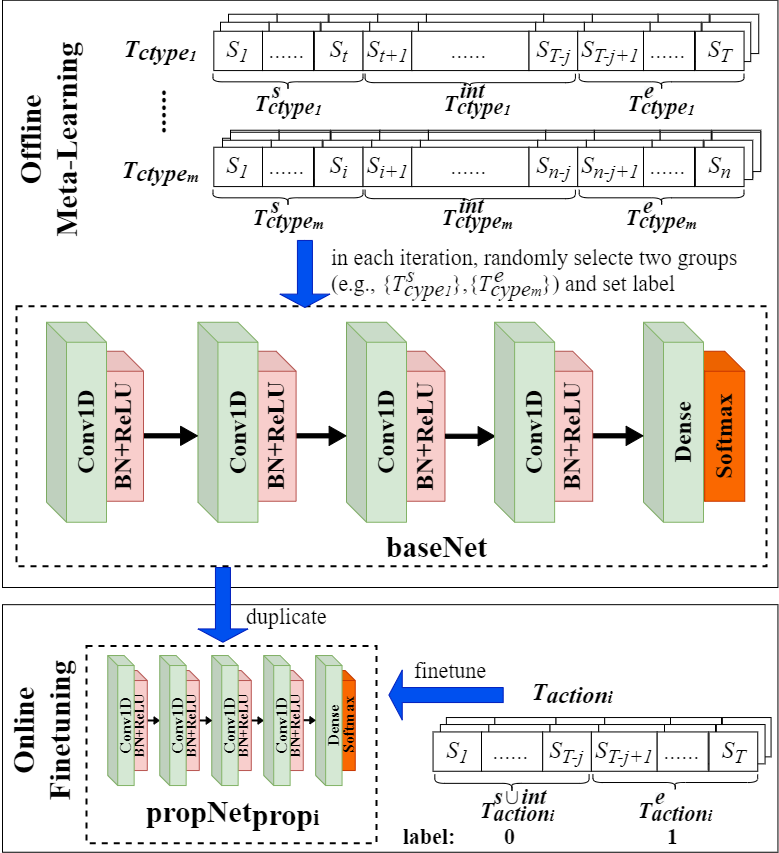
Before: img/propnet.png, a diagram exported from draw.io (LCEPRPFD/LCEPRPFD.github.io). Source tidied: cells renumbered, new cells last; positions are measured from the earlier drawing's top-left corner, leaving out a move shared by most shapes.
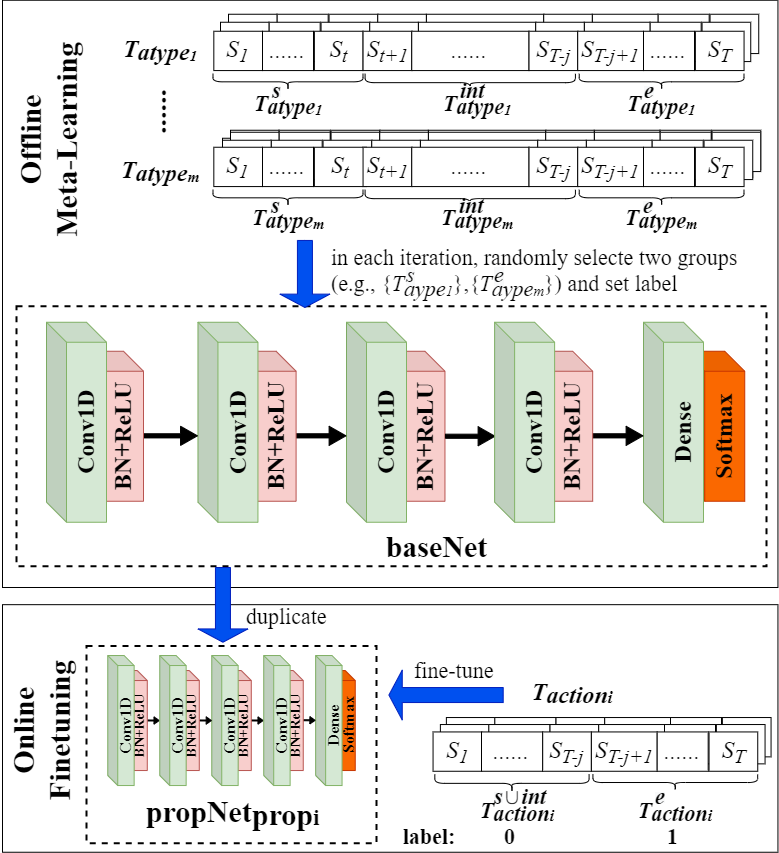
Later version of the same file.

What changed in the source:
```diff
@@ -196,7 +196,7 @@
     <mxCell id="65" style="html=1;shadow=0;dashed=0;align=center;verticalAlign=middle;shape=mxgraph.arrows2.arrow;dy=0.7;dx=13.36;notch=0;fontFamily=Times New Roman;fontSize=20;strokeWidth=1;fillColor=#0050ef;direction=north;strokeColor=#001DBC;fontColor=#ffffff;flipH=0;flipV=1;" parent="1" vertex="1">
       <mxGeometry x="279.4" y="262.9" width="50" height="67" as="geometry" />
     </mxCell>
-    <mxCell id="66" value="&lt;span style=&quot;font-size: 22px&quot;&gt;in each iteration, randomly selecte two groups (e.g., {&lt;i&gt;T&lt;/i&gt;&lt;/span&gt;&lt;sub&gt;&lt;i&gt;&lt;span style=&quot;font-size: 22px&quot;&gt;cype&lt;/span&gt;&lt;font style=&quot;font-size: 15px&quot;&gt;1&lt;/font&gt;&lt;/i&gt;&lt;/sub&gt;&lt;span style=&quot;font-size: 22px&quot;&gt;},&lt;/span&gt;&lt;span style=&quot;font-size: 22px&quot;&gt;{&lt;i&gt;T&lt;/i&gt;&lt;/span&gt;&lt;sub&gt;&lt;i&gt;&lt;span style=&quot;font-size: 22px&quot;&gt;cype&lt;/span&gt;&lt;font style=&quot;font-size: 15px&quot;&gt;m&lt;/font&gt;&lt;/i&gt;&lt;/sub&gt;&lt;span style=&quot;font-size: 22px&quot;&gt;}&lt;/span&gt;&lt;span style=&quot;font-size: 22px&quot;&gt;) and set label&lt;/span&gt;" style="text;html=1;strokeColor=none;fillColor=none;align=left;verticalAlign=middle;whiteSpace=wrap;rounded=0;fontFamily=Times New Roman;fontSize=20;opacity=70;" parent="1" vertex="1">
+    <mxCell id="66" value="&lt;span style=&quot;font-size: 22px&quot;&gt;in each iteration, randomly selecte two groups (e.g., {&lt;i&gt;T&lt;/i&gt;&lt;/span&gt;&lt;sub&gt;&lt;i&gt;&lt;span style=&quot;font-size: 22px;&quot;&gt;aype&lt;/span&gt;&lt;font style=&quot;font-size: 15px&quot;&gt;1&lt;/font&gt;&lt;/i&gt;&lt;/sub&gt;&lt;span style=&quot;font-size: 22px&quot;&gt;},&lt;/span&gt;&lt;span style=&quot;font-size: 22px&quot;&gt;{&lt;i&gt;T&lt;/i&gt;&lt;/span&gt;&lt;sub&gt;&lt;i&gt;&lt;span style=&quot;font-size: 22px&quot;&gt;aype&lt;/span&gt;&lt;font style=&quot;font-size: 15px&quot;&gt;m&lt;/font&gt;&lt;/i&gt;&lt;/sub&gt;&lt;span style=&quot;font-size: 22px&quot;&gt;}&lt;/span&gt;&lt;span style=&quot;font-size: 22px&quot;&gt;) and set label&lt;/span&gt;" style="text;html=1;strokeColor=none;fillColor=none;align=left;verticalAlign=middle;whiteSpace=wrap;rounded=0;fontFamily=Times New Roman;fontSize=20;opacity=70;" parent="1" vertex="1">
       <mxGeometry x="329.4" y="267.6" width="421.4" height="57.8" as="geometry" />
     </mxCell>
     <mxCell id="67" value="&lt;font style=&quot;font-size: 24px&quot;&gt;&lt;i&gt;S&lt;sub&gt;1&lt;/sub&gt;&lt;/i&gt;&lt;/font&gt;" style="rounded=0;whiteSpace=wrap;html=1;fontFamily=Times New Roman;strokeWidth=1;fontSize=20;" parent="1" vertex="1">
@@ -205,25 +205,25 @@
     <mxCell id="68" value="&lt;span style=&quot;font-size: 24px&quot;&gt;&lt;i&gt;......&lt;/i&gt;&lt;/span&gt;" style="rounded=0;whiteSpace=wrap;html=1;fontFamily=Times New Roman;strokeWidth=1;fontSize=20;" parent="1" vertex="1">
       <mxGeometry x="262" y="169.8" width="51" height="39.3" as="geometry" />
     </mxCell>
-    <mxCell id="69" value="&lt;font style=&quot;font-size: 24px&quot;&gt;&lt;i&gt;S&lt;sub&gt;i&lt;/sub&gt;&lt;/i&gt;&lt;/font&gt;" style="rounded=0;whiteSpace=wrap;html=1;fontFamily=Times New Roman;strokeWidth=1;fontSize=20;" parent="1" vertex="1">
-      <mxGeometry x="313.9" y="169.8" width="48.7" height="39.3" as="geometry" />
+    <mxCell id="69" value="&lt;font style=&quot;font-size: 24px&quot;&gt;&lt;i&gt;S&lt;sub&gt;t&lt;/sub&gt;&lt;/i&gt;&lt;/font&gt;" style="rounded=0;whiteSpace=wrap;html=1;fontFamily=Times New Roman;strokeWidth=1;fontSize=20;" parent="1" vertex="1">
+      <mxGeometry x="313.9" y="169.8" width="52.1" height="39.3" as="geometry" />
     </mxCell>
-    <mxCell id="70" value="&lt;font style=&quot;font-size: 24px&quot;&gt;&lt;i&gt;S&lt;sub&gt;i+1&lt;/sub&gt;&lt;/i&gt;&lt;/font&gt;" style="rounded=0;whiteSpace=wrap;html=1;fontFamily=Times New Roman;strokeWidth=1;fontSize=20;" parent="1" vertex="1">
+    <mxCell id="70" value="&lt;font style=&quot;font-size: 24px&quot;&gt;&lt;i&gt;S&lt;sub&gt;t+1&lt;/sub&gt;&lt;/i&gt;&lt;/font&gt;" style="rounded=0;whiteSpace=wrap;html=1;fontFamily=Times New Roman;strokeWidth=1;fontSize=20;" parent="1" vertex="1">
       <mxGeometry x="362.6" y="169.8" width="48.7" height="39.3" as="geometry" />
     </mxCell>
     <mxCell id="71" value="&lt;span style=&quot;font-size: 24px&quot;&gt;&lt;i&gt;......&lt;/i&gt;&lt;/span&gt;" style="rounded=0;whiteSpace=wrap;html=1;fontFamily=Times New Roman;strokeWidth=1;fontSize=20;" parent="1" vertex="1">
       <mxGeometry x="411.2" y="169.8" width="117.3" height="39.3" as="geometry" />
     </mxCell>
-    <mxCell id="72" value="&lt;font style=&quot;font-size: 24px&quot;&gt;&lt;i&gt;S&lt;sub&gt;n-j&lt;/sub&gt;&lt;/i&gt;&lt;/font&gt;" style="rounded=0;whiteSpace=wrap;html=1;fontFamily=Times New Roman;strokeWidth=1;fontSize=20;" parent="1" vertex="1">
+    <mxCell id="72" value="&lt;font style=&quot;font-size: 24px&quot;&gt;&lt;i&gt;S&lt;sub&gt;T-j&lt;/sub&gt;&lt;/i&gt;&lt;/font&gt;" style="rounded=0;whiteSpace=wrap;html=1;fontFamily=Times New Roman;strokeWidth=1;fontSize=20;" parent="1" vertex="1">
       <mxGeometry x="528.5" y="169.8" width="48.7" height="39.3" as="geometry" />
     </mxCell>
-    <mxCell id="73" value="&lt;font style=&quot;font-size: 24px&quot;&gt;&lt;i&gt;S&lt;sub&gt;n-j+1&lt;/sub&gt;&lt;/i&gt;&lt;/font&gt;" style="rounded=0;whiteSpace=wrap;html=1;fontFamily=Times New Roman;strokeWidth=1;fontSize=20;" parent="1" vertex="1">
+    <mxCell id="73" value="&lt;font style=&quot;font-size: 24px&quot;&gt;&lt;i&gt;S&lt;sub&gt;T-j+1&lt;/sub&gt;&lt;/i&gt;&lt;/font&gt;" style="rounded=0;whiteSpace=wrap;html=1;fontFamily=Times New Roman;strokeWidth=1;fontSize=20;" parent="1" vertex="1">
       <mxGeometry x="577.2" y="169.8" width="65.8" height="39.3" as="geometry" />
     </mxCell>
     <mxCell id="74" value="&lt;span style=&quot;font-size: 24px&quot;&gt;&lt;i&gt;......&lt;/i&gt;&lt;/span&gt;" style="rounded=0;whiteSpace=wrap;html=1;fontFamily=Times New Roman;strokeWidth=1;fontSize=20;" parent="1" vertex="1">
       <mxGeometry x="643" y="169.8" width="51" height="39.3" as="geometry" />
     </mxCell>
-    <mxCell id="75" value="&lt;font style=&quot;font-size: 24px&quot;&gt;&lt;i&gt;S&lt;sub&gt;n&lt;/sub&gt;&lt;/i&gt;&lt;/font&gt;" style="rounded=0;whiteSpace=wrap;html=1;fontFamily=Times New Roman;strokeWidth=1;fontSize=20;" parent="1" vertex="1">
+    <mxCell id="75" value="&lt;font style=&quot;font-size: 24px&quot;&gt;&lt;i&gt;S&lt;sub&gt;T&lt;/sub&gt;&lt;/i&gt;&lt;/font&gt;" style="rounded=0;whiteSpace=wrap;html=1;fontFamily=Times New Roman;strokeWidth=1;fontSize=20;" parent="1" vertex="1">
       <mxGeometry x="694.9" y="169.8" width="48.7" height="39.3" as="geometry" />
     </mxCell>
     <mxCell id="76" style="shape=curlyBracket;whiteSpace=wrap;html=1;rounded=1;fillColor=#FFF2CC;rotation=-90;strokeWidth=1;size=0.5;" parent="1" vertex="1">
@@ -235,10 +235,10 @@
     <mxCell id="78" style="shape=curlyBracket;whiteSpace=wrap;html=1;rounded=1;fillColor=#FFF2CC;rotation=-90;strokeWidth=1;size=0.5;" parent="1" vertex="1">
       <mxGeometry x="653.1" y="137.9" width="16.1" height="164.8" as="geometry" />
     </mxCell>
-    <mxCell id="79" value="&lt;b&gt;&lt;i&gt;&lt;span style=&quot;font-size: 24px&quot;&gt;T&lt;/span&gt;&lt;span style=&quot;vertical-align: sub ; font-size: 24px&quot;&gt;ctype&lt;/span&gt;&lt;font style=&quot;font-size: 18px&quot;&gt;&lt;sub&gt;m&lt;/sub&gt;&lt;/font&gt;&lt;/i&gt;&lt;/b&gt;" style="text;html=1;strokeColor=none;fillColor=none;align=center;verticalAlign=middle;whiteSpace=wrap;rounded=0;fontFamily=Times New Roman;fontSize=10;" parent="1" vertex="1">
+    <mxCell id="79" value="&lt;b&gt;&lt;i&gt;&lt;span style=&quot;font-size: 24px&quot;&gt;T&lt;/span&gt;&lt;span style=&quot;vertical-align: sub ; font-size: 24px&quot;&gt;atype&lt;/span&gt;&lt;font style=&quot;font-size: 18px&quot;&gt;&lt;sub&gt;m&lt;/sub&gt;&lt;/font&gt;&lt;/i&gt;&lt;/b&gt;" style="text;html=1;strokeColor=none;fillColor=none;align=center;verticalAlign=middle;whiteSpace=wrap;rounded=0;fontFamily=Times New Roman;fontSize=10;" parent="1" vertex="1">
       <mxGeometry x="120.3" y="179.1" width="80" height="30" as="geometry" />
     </mxCell>
-    <mxCell id="80" value="&lt;b&gt;&lt;i&gt;&lt;span style=&quot;font-size: 24px&quot;&gt;T&lt;/span&gt;&lt;span style=&quot;vertical-align: sub ; font-size: 24px&quot;&gt;ctype&lt;/span&gt;&lt;font style=&quot;font-size: 18px&quot;&gt;&lt;sub&gt;1&lt;/sub&gt;&lt;/font&gt;&lt;/i&gt;&lt;/b&gt;" style="text;html=1;strokeColor=none;fillColor=none;align=center;verticalAlign=middle;whiteSpace=wrap;rounded=0;fontFamily=Times New Roman;fontSize=10;" parent="1" vertex="1">
+    <mxCell id="80" value="&lt;b&gt;&lt;i&gt;&lt;span style=&quot;font-size: 24px&quot;&gt;T&lt;/span&gt;&lt;span style=&quot;vertical-align: sub ; font-size: 24px&quot;&gt;atype&lt;/span&gt;&lt;font style=&quot;font-size: 18px&quot;&gt;&lt;sub&gt;1&lt;/sub&gt;&lt;/font&gt;&lt;/i&gt;&lt;/b&gt;" style="text;html=1;strokeColor=none;fillColor=none;align=center;verticalAlign=middle;whiteSpace=wrap;rounded=0;fontFamily=Times New Roman;fontSize=10;" parent="1" vertex="1">
       <mxGeometry x="120.3" y="58.4" width="80" height="30" as="geometry" />
     </mxCell>
     <mxCell id="81" value="&lt;b&gt;&lt;i&gt;&lt;font style=&quot;font-size: 30px&quot;&gt;......&lt;/font&gt;&lt;/i&gt;&lt;/b&gt;" style="text;html=1;strokeColor=none;fillColor=none;align=center;verticalAlign=middle;whiteSpace=wrap;rounded=0;fontFamily=Times New Roman;fontSize=10;horizontal=0;" parent="1" vertex="1">
@@ -304,7 +304,7 @@
     <mxCell id="101" style="rounded=0;whiteSpace=wrap;html=1;fontFamily=Times New Roman;strokeWidth=1;fontSize=20;" parent="82" vertex="1">
       <mxGeometry x="481.6" width="48.7" height="39.3" as="geometry" />
     </mxCell>
-    <mxCell id="102" value="&lt;b&gt;&lt;i&gt;&lt;span style=&quot;font-size: 22px&quot;&gt;T&lt;/span&gt;&lt;span style=&quot;vertical-align: sub ; font-size: 22px&quot;&gt;ctype&lt;/span&gt;&lt;font style=&quot;font-size: 17px&quot;&gt;&lt;sub&gt;1&lt;/sub&gt;&lt;/font&gt;&lt;/i&gt;&lt;/b&gt;" style="text;html=1;strokeColor=none;fillColor=none;align=center;verticalAlign=middle;whiteSpace=wrap;rounded=0;fontFamily=Times New Roman;fontSize=10;" parent="1" vertex="1">
+    <mxCell id="102" value="&lt;b&gt;&lt;i&gt;&lt;span style=&quot;font-size: 22px&quot;&gt;T&lt;/span&gt;&lt;span style=&quot;vertical-align: sub ; font-size: 22px&quot;&gt;atype&lt;/span&gt;&lt;font style=&quot;font-size: 17px&quot;&gt;&lt;sub&gt;1&lt;/sub&gt;&lt;/font&gt;&lt;/i&gt;&lt;/b&gt;" style="text;html=1;strokeColor=none;fillColor=none;align=center;verticalAlign=middle;whiteSpace=wrap;rounded=0;fontFamily=Times New Roman;fontSize=10;" parent="1" vertex="1">
       <mxGeometry x="247.5" y="112.9" width="80" height="30" as="geometry" />
     </mxCell>
     <mxCell id="103" value="&lt;font style=&quot;font-size: 24px&quot;&gt;&lt;i&gt;S&lt;sub&gt;1&lt;/sub&gt;&lt;/i&gt;&lt;/font&gt;" style="rounded=0;whiteSpace=wrap;html=1;fontFamily=Times New Roman;strokeWidth=1;fontSize=20;" parent="1" vertex="1">
@@ -340,13 +340,13 @@
     <mxCell id="113" style="shape=curlyBracket;whiteSpace=wrap;html=1;rounded=1;fillColor=#FFF2CC;rotation=-90;strokeWidth=1;size=0.5;" parent="1" vertex="1">
       <mxGeometry x="460.8" width="17.8" height="210.3" as="geometry" />
     </mxCell>
-    <mxCell id="114" value="&lt;b&gt;&lt;i&gt;&lt;span style=&quot;font-size: 22px&quot;&gt;T&lt;/span&gt;&lt;span style=&quot;vertical-align: sub ; font-size: 22px&quot;&gt;ctype&lt;/span&gt;&lt;font style=&quot;font-size: 17px&quot;&gt;&lt;sub&gt;1&lt;/sub&gt;&lt;/font&gt;&lt;/i&gt;&lt;/b&gt;" style="text;html=1;strokeColor=none;fillColor=none;align=center;verticalAlign=middle;whiteSpace=wrap;rounded=0;fontFamily=Times New Roman;fontSize=10;" parent="1" vertex="1">
+    <mxCell id="114" value="&lt;b&gt;&lt;i&gt;&lt;span style=&quot;font-size: 22px&quot;&gt;T&lt;/span&gt;&lt;span style=&quot;vertical-align: sub ; font-size: 22px&quot;&gt;atype&lt;/span&gt;&lt;font style=&quot;font-size: 17px&quot;&gt;&lt;sub&gt;1&lt;/sub&gt;&lt;/font&gt;&lt;/i&gt;&lt;/b&gt;" style="text;html=1;strokeColor=none;fillColor=none;align=center;verticalAlign=middle;whiteSpace=wrap;rounded=0;fontFamily=Times New Roman;fontSize=10;" parent="1" vertex="1">
       <mxGeometry x="437.4" y="112.9" width="80" height="30" as="geometry" />
     </mxCell>
     <mxCell id="115" style="shape=curlyBracket;whiteSpace=wrap;html=1;rounded=1;fillColor=#FFF2CC;rotation=-90;strokeWidth=1;size=0.5;" parent="1" vertex="1">
       <mxGeometry x="653.1" y="21.9" width="16.1" height="164.8" as="geometry" />
     </mxCell>
-    <mxCell id="116" value="&lt;b&gt;&lt;i&gt;&lt;span style=&quot;font-size: 22px&quot;&gt;T&lt;/span&gt;&lt;span style=&quot;vertical-align: sub ; font-size: 22px&quot;&gt;ctype&lt;/span&gt;&lt;font style=&quot;font-size: 17px&quot;&gt;&lt;sub&gt;1&lt;/sub&gt;&lt;/font&gt;&lt;/i&gt;&lt;/b&gt;" style="text;html=1;strokeColor=none;fillColor=none;align=center;verticalAlign=middle;whiteSpace=wrap;rounded=0;fontFamily=Times New Roman;fontSize=10;" parent="1" vertex="1">
+    <mxCell id="116" value="&lt;b&gt;&lt;i&gt;&lt;span style=&quot;font-size: 22px&quot;&gt;T&lt;/span&gt;&lt;span style=&quot;vertical-align: sub ; font-size: 22px&quot;&gt;atype&lt;/span&gt;&lt;font style=&quot;font-size: 17px&quot;&gt;&lt;sub&gt;1&lt;/sub&gt;&lt;/font&gt;&lt;/i&gt;&lt;/b&gt;" style="text;html=1;strokeColor=none;fillColor=none;align=center;verticalAlign=middle;whiteSpace=wrap;rounded=0;fontFamily=Times New Roman;fontSize=10;" parent="1" vertex="1">
       <mxGeometry x="621.1" y="112.9" width="80" height="30" as="geometry" />
     </mxCell>
     <mxCell id="117" value="&lt;font style=&quot;font-size: 30px&quot;&gt;Offline&lt;br&gt;Meta-Learning&lt;br&gt;&lt;/font&gt;" style="text;html=1;strokeColor=none;fillColor=none;align=center;verticalAlign=middle;whiteSpace=wrap;rounded=0;fontStyle=1;fontFamily=Times New Roman;direction=west;horizontal=0;" parent="1" vertex="1">
@@ -468,7 +468,7 @@
     <mxCell id="150" style="html=1;shadow=0;dashed=0;align=center;verticalAlign=middle;shape=mxgraph.arrows2.arrow;dy=0.7;dx=13.36;notch=0;fontFamily=Times New Roman;fontSize=20;strokeWidth=1;fillColor=#0050ef;direction=north;strokeColor=#001DBC;fontColor=#ffffff;flipH=0;flipV=1;rotation=90;" parent="1" vertex="1">
       <mxGeometry x="420.5" y="660.4" width="50" height="114.3" as="geometry" />
     </mxCell>
-    <mxCell id="151" value="&lt;span style=&quot;font-size: 22px&quot;&gt;finetune&lt;/span&gt;" style="text;html=1;strokeColor=none;fillColor=none;align=left;verticalAlign=middle;whiteSpace=wrap;rounded=0;fontFamily=Times New Roman;fontSize=20;opacity=70;" parent="1" vertex="1">
+    <mxCell id="151" value="&lt;span style=&quot;font-size: 22px&quot;&gt;fine-tune&lt;/span&gt;" style="text;html=1;strokeColor=none;fillColor=none;align=left;verticalAlign=middle;whiteSpace=wrap;rounded=0;fontFamily=Times New Roman;fontSize=20;opacity=70;" parent="1" vertex="1">
       <mxGeometry x="412" y="664.8" width="92.8" height="57.8" as="geometry" />
     </mxCell>
     <mxCell id="152" value="&lt;span style=&quot;font-size: 22px&quot;&gt;&lt;b&gt;0&lt;/b&gt;&lt;/span&gt;" style="text;html=1;strokeColor=none;fillColor=none;align=center;verticalAlign=middle;whiteSpace=wrap;rounded=0;fontFamily=Times New Roman;fontSize=10;" parent="1" vertex="1">
@@ -516,13 +516,13 @@
     <mxCell id="165" value="&lt;b style=&quot;color: rgb(0, 0, 0); font-family: &amp;quot;times new roman&amp;quot;; font-size: 10px; font-style: normal; letter-spacing: normal; text-align: center; text-indent: 0px; text-transform: none; word-spacing: 0px; background-color: rgb(248, 249, 250);&quot;&gt;&lt;i&gt;&lt;sub&gt;&lt;span style=&quot;font-size: 22px&quot;&gt;e&lt;/span&gt;&lt;/sub&gt;&lt;/i&gt;&lt;/b&gt;" style="text;whiteSpace=wrap;html=1;" parent="1" vertex="1">
       <mxGeometry x="642.1" y="94.2" width="40" height="30" as="geometry" />
     </mxCell>
-    <mxCell id="166" value="&lt;b&gt;&lt;i&gt;&lt;span style=&quot;font-size: 22px&quot;&gt;T&lt;/span&gt;&lt;span style=&quot;vertical-align: sub ; font-size: 22px&quot;&gt;ctype&lt;/span&gt;&lt;font style=&quot;font-size: 17px&quot;&gt;&lt;sub&gt;m&lt;/sub&gt;&lt;/font&gt;&lt;/i&gt;&lt;/b&gt;" style="text;html=1;strokeColor=none;fillColor=none;align=center;verticalAlign=middle;whiteSpace=wrap;rounded=0;fontFamily=Times New Roman;fontSize=10;" parent="1" vertex="1">
+    <mxCell id="166" value="&lt;b&gt;&lt;i&gt;&lt;span style=&quot;font-size: 22px&quot;&gt;T&lt;/span&gt;&lt;span style=&quot;vertical-align: sub ; font-size: 22px&quot;&gt;atype&lt;/span&gt;&lt;font style=&quot;font-size: 17px&quot;&gt;&lt;sub&gt;m&lt;/sub&gt;&lt;/font&gt;&lt;/i&gt;&lt;/b&gt;" style="text;html=1;strokeColor=none;fillColor=none;align=center;verticalAlign=middle;whiteSpace=wrap;rounded=0;fontFamily=Times New Roman;fontSize=10;" parent="1" vertex="1">
       <mxGeometry x="247.5" y="226.8" width="80" height="30" as="geometry" />
     </mxCell>
-    <mxCell id="167" value="&lt;b&gt;&lt;i&gt;&lt;span style=&quot;font-size: 22px&quot;&gt;T&lt;/span&gt;&lt;span style=&quot;vertical-align: sub ; font-size: 22px&quot;&gt;ctype&lt;/span&gt;&lt;font style=&quot;font-size: 17px&quot;&gt;&lt;sub&gt;m&lt;/sub&gt;&lt;/font&gt;&lt;/i&gt;&lt;/b&gt;" style="text;html=1;strokeColor=none;fillColor=none;align=center;verticalAlign=middle;whiteSpace=wrap;rounded=0;fontFamily=Times New Roman;fontSize=10;" parent="1" vertex="1">
+    <mxCell id="167" value="&lt;b&gt;&lt;i&gt;&lt;span style=&quot;font-size: 22px&quot;&gt;T&lt;/span&gt;&lt;span style=&quot;vertical-align: sub ; font-size: 22px&quot;&gt;atype&lt;/span&gt;&lt;font style=&quot;font-size: 17px&quot;&gt;&lt;sub&gt;m&lt;/sub&gt;&lt;/font&gt;&lt;/i&gt;&lt;/b&gt;" style="text;html=1;strokeColor=none;fillColor=none;align=center;verticalAlign=middle;whiteSpace=wrap;rounded=0;fontFamily=Times New Roman;fontSize=10;" parent="1" vertex="1">
       <mxGeometry x="437.4" y="226.8" width="80" height="30" as="geometry" />
     </mxCell>
-    <mxCell id="168" value="&lt;b&gt;&lt;i&gt;&lt;span style=&quot;font-size: 22px&quot;&gt;T&lt;/span&gt;&lt;span style=&quot;vertical-align: sub ; font-size: 22px&quot;&gt;ctype&lt;/span&gt;&lt;font style=&quot;font-size: 17px&quot;&gt;&lt;sub&gt;m&lt;/sub&gt;&lt;/font&gt;&lt;/i&gt;&lt;/b&gt;" style="text;html=1;strokeColor=none;fillColor=none;align=center;verticalAlign=middle;whiteSpace=wrap;rounded=0;fontFamily=Times New Roman;fontSize=10;" parent="1" vertex="1">
+    <mxCell id="168" value="&lt;b&gt;&lt;i&gt;&lt;span style=&quot;font-size: 22px&quot;&gt;T&lt;/span&gt;&lt;span style=&quot;vertical-align: sub ; font-size: 22px&quot;&gt;atype&lt;/span&gt;&lt;font style=&quot;font-size: 17px&quot;&gt;&lt;sub&gt;m&lt;/sub&gt;&lt;/font&gt;&lt;/i&gt;&lt;/b&gt;" style="text;html=1;strokeColor=none;fillColor=none;align=center;verticalAlign=middle;whiteSpace=wrap;rounded=0;fontFamily=Times New Roman;fontSize=10;" parent="1" vertex="1">
       <mxGeometry x="621.1" y="226.8" width="80" height="30" as="geometry" />
     </mxCell>
     <mxCell id="169" value="&lt;b style=&quot;color: rgb(0, 0, 0); font-family: &amp;quot;times new roman&amp;quot;; font-size: 10px; font-style: normal; letter-spacing: normal; text-align: center; text-indent: 0px; text-transform: none; word-spacing: 0px; background-color: rgb(248, 249, 250);&quot;&gt;&lt;i&gt;&lt;sub&gt;&lt;span style=&quot;font-size: 22px&quot;&gt;s&lt;/span&gt;&lt;/sub&gt;&lt;/i&gt;&lt;/b&gt;" style="text;whiteSpace=wrap;html=1;" parent="1" vertex="1">
```
